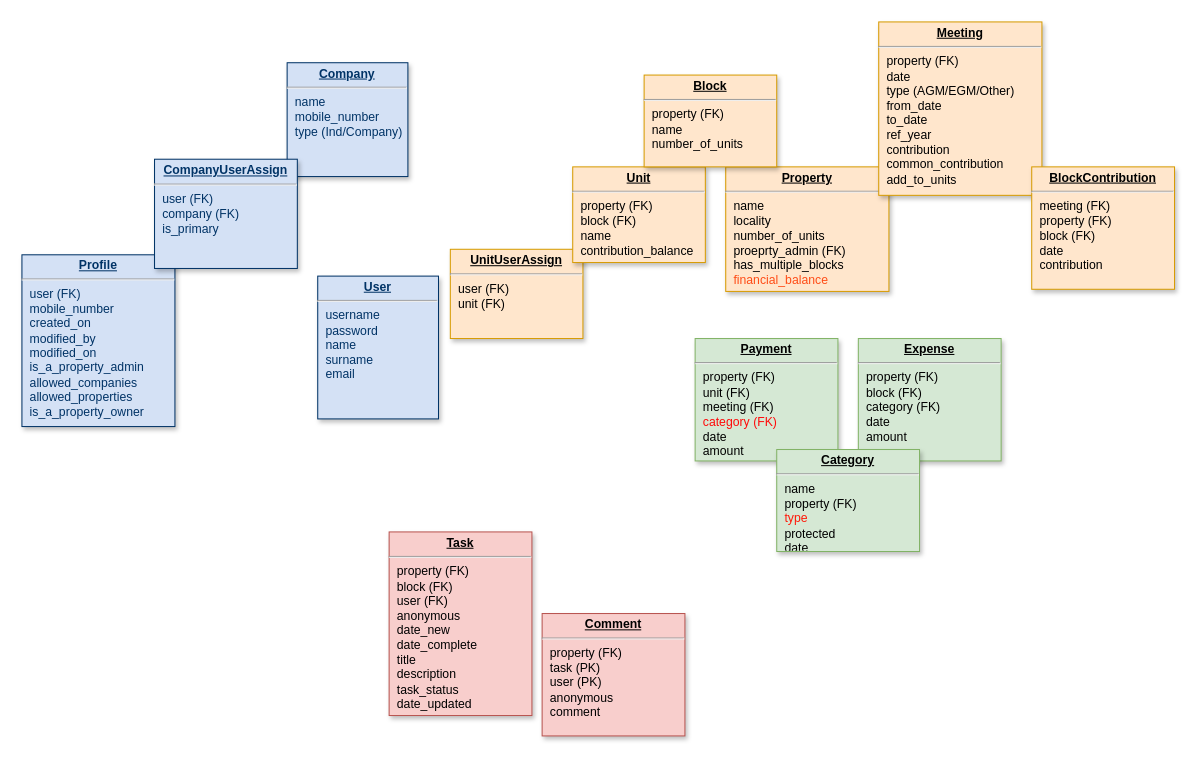
The draw.io diagram Untitled Diagram.drawio in gilubilu/hello-world, before the edit. Source tidied: cells renumbered, new cells numbered last; positions are measured from the earlier drawing's top-left corner, leaving out a move shared by most shapes. Both pictures are drawn from the tidied source at 102%, with x=0, y=0 at pixel (21, 21).
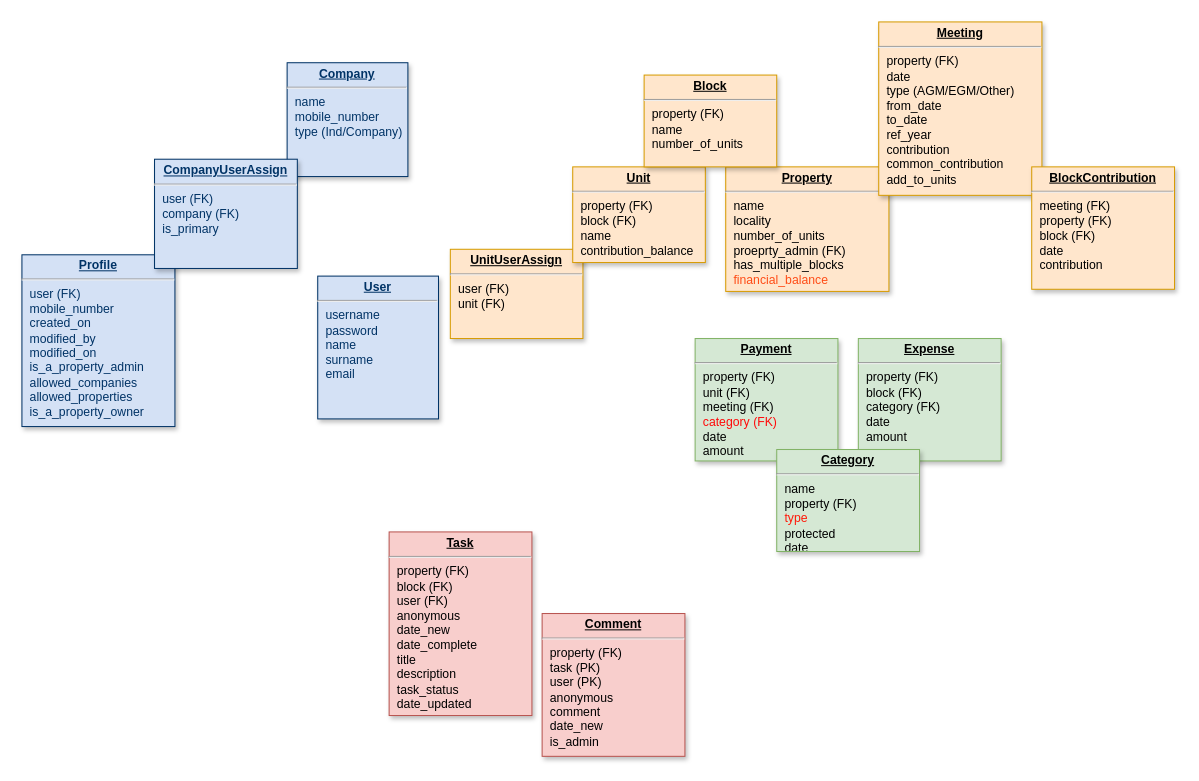
The same diagram, later.

Diff of the diagram source:
```diff
@@
 <mxGraphModel background="#ffffff">
   <root>
     <mxCell id="0" />
     <mxCell id="1" parent="0" />
     <mxCell id="2" value="&lt;p style=&quot;margin: 0px ; margin-top: 4px ; text-align: center ; text-decoration: underline&quot;&gt;&lt;b&gt;UnitUserAssign&lt;/b&gt;&lt;/p&gt;&lt;hr&gt;&lt;p style=&quot;margin: 0px ; margin-left: 8px&quot;&gt;user (FK)&lt;/p&gt;&lt;p style=&quot;margin: 0px ; margin-left: 8px&quot;&gt;unit (FK)&lt;/p&gt;" style="verticalAlign=top;align=left;overflow=fill;fontSize=12;fontFamily=Helvetica;html=1;strokeColor=#d79b00;shadow=1;fillColor=#ffe6cc;" parent="1" vertex="1">
       <mxGeometry x="420" y="222.9" width="130" height="87.5" as="geometry" />
     </mxCell>
     <mxCell id="3" value="&lt;p style=&quot;margin: 0px ; margin-top: 4px ; text-align: center ; text-decoration: underline&quot;&gt;&lt;strong&gt;Unit&lt;/strong&gt;&lt;/p&gt;&lt;hr&gt;&lt;p style=&quot;margin: 0px ; margin-left: 8px&quot;&gt;property (FK)&lt;/p&gt;&lt;p style=&quot;margin: 0px ; margin-left: 8px&quot;&gt;block (FK)&lt;/p&gt;&lt;p style=&quot;margin: 0px ; margin-left: 8px&quot;&gt;name&lt;/p&gt;&lt;p style=&quot;margin: 0px ; margin-left: 8px&quot;&gt;&lt;span&gt;contribution_balance&lt;/span&gt;&lt;br&gt;&lt;/p&gt;&lt;p style=&quot;margin: 0px ; margin-left: 8px&quot;&gt;&lt;br&gt;&lt;/p&gt;" style="verticalAlign=top;align=left;overflow=fill;fontSize=12;fontFamily=Helvetica;html=1;strokeColor=#d79b00;shadow=1;fillColor=#ffe6cc;" parent="1" vertex="1">
       <mxGeometry x="540" y="142.1" width="130" height="93.8" as="geometry" />
     </mxCell>
     <mxCell id="4" value="&lt;p style=&quot;margin: 0px ; margin-top: 4px ; text-align: center ; text-decoration: underline&quot;&gt;&lt;strong&gt;Property&lt;/strong&gt;&lt;/p&gt;&lt;hr&gt;&lt;p style=&quot;margin: 0px ; margin-left: 8px&quot;&gt;name&lt;/p&gt;&lt;p style=&quot;margin: 0px ; margin-left: 8px&quot;&gt;locality&lt;/p&gt;&lt;p style=&quot;margin: 0px ; margin-left: 8px&quot;&gt;number_of_units&lt;/p&gt;&lt;p style=&quot;margin: 0px ; margin-left: 8px&quot;&gt;proeprty_admin (FK)&lt;/p&gt;&lt;p style=&quot;margin: 0px ; margin-left: 8px&quot;&gt;has_multiple_blocks&lt;/p&gt;&lt;p style=&quot;margin: 0px ; margin-left: 8px&quot;&gt;&lt;font color=&quot;#ff4d17&quot;&gt;financial_balance&lt;/font&gt;&lt;/p&gt;&lt;p style=&quot;margin: 0px ; margin-left: 8px&quot;&gt;&lt;br&gt;&lt;/p&gt;" style="verticalAlign=top;align=left;overflow=fill;fontSize=12;fontFamily=Helvetica;html=1;strokeColor=#d79b00;shadow=1;fillColor=#ffe6cc;" parent="1" vertex="1">
       <mxGeometry x="690" y="142.1" width="160" height="122.1" as="geometry" />
     </mxCell>
     <mxCell id="5" value="&lt;p style=&quot;margin: 0px ; margin-top: 4px ; text-align: center ; text-decoration: underline&quot;&gt;&lt;strong&gt;Profile&lt;/strong&gt;&lt;/p&gt;&lt;hr&gt;&lt;p style=&quot;margin: 0px ; margin-left: 8px&quot;&gt;user (FK)&lt;/p&gt;&lt;p style=&quot;margin: 0px ; margin-left: 8px&quot;&gt;mobile_number&lt;/p&gt;&lt;p style=&quot;margin: 0px ; margin-left: 8px&quot;&gt;created_on&lt;/p&gt;&lt;p style=&quot;margin: 0px ; margin-left: 8px&quot;&gt;modified_by&lt;/p&gt;&lt;p style=&quot;margin: 0px ; margin-left: 8px&quot;&gt;modified_on&lt;/p&gt;&lt;p style=&quot;margin: 0px ; margin-left: 8px&quot;&gt;is_a_property_admin&lt;/p&gt;&lt;p style=&quot;margin: 0px ; margin-left: 8px&quot;&gt;allowed_companies&lt;/p&gt;&lt;p style=&quot;margin: 0px ; margin-left: 8px&quot;&gt;allowed_properties&lt;/p&gt;&lt;p style=&quot;margin: 0px ; margin-left: 8px&quot;&gt;is_a_property_owner&lt;/p&gt;" style="verticalAlign=top;align=left;overflow=fill;fontSize=12;fontFamily=Helvetica;html=1;strokeColor=#003366;shadow=1;fillColor=#D4E1F5;fontColor=#003366;direction=west;" parent="1" vertex="1">
       <mxGeometry y="228.3" width="150" height="168.4" as="geometry" />
     </mxCell>
     <mxCell id="6" value="&lt;p style=&quot;margin: 0px ; margin-top: 4px ; text-align: center ; text-decoration: underline&quot;&gt;&lt;b&gt;User&lt;/b&gt;&lt;/p&gt;&lt;hr&gt;&lt;p style=&quot;margin: 0px ; margin-left: 8px&quot;&gt;username&lt;/p&gt;&lt;p style=&quot;margin: 0px ; margin-left: 8px&quot;&gt;password&lt;/p&gt;&lt;p style=&quot;margin: 0px ; margin-left: 8px&quot;&gt;name&lt;/p&gt;&lt;p style=&quot;margin: 0px ; margin-left: 8px&quot;&gt;surname&lt;/p&gt;&lt;p style=&quot;margin: 0px ; margin-left: 8px&quot;&gt;email&lt;/p&gt;" style="verticalAlign=top;align=left;overflow=fill;fontSize=12;fontFamily=Helvetica;html=1;strokeColor=#003366;shadow=1;fillColor=#D4E1F5;fontColor=#003366;direction=south;" parent="1" vertex="1">
       <mxGeometry x="290" y="249.2" width="118.4" height="140" as="geometry" />
     </mxCell>
     <mxCell id="7" value="&lt;p style=&quot;margin: 0px ; margin-top: 4px ; text-align: center ; text-decoration: underline&quot;&gt;&lt;b&gt;Company&lt;/b&gt;&lt;/p&gt;&lt;hr&gt;&lt;p style=&quot;margin: 0px ; margin-left: 8px&quot;&gt;name&lt;/p&gt;&lt;p style=&quot;margin: 0px ; margin-left: 8px&quot;&gt;mobile_number&lt;/p&gt;&lt;p style=&quot;margin: 0px ; margin-left: 8px&quot;&gt;type (Ind/Company)&lt;/p&gt;" style="verticalAlign=top;align=left;overflow=fill;fontSize=12;fontFamily=Helvetica;html=1;strokeColor=#003366;shadow=1;fillColor=#D4E1F5;fontColor=#003366;direction=south;" parent="1" vertex="1">
       <mxGeometry x="260" y="40" width="118.4" height="111.6" as="geometry" />
     </mxCell>
     <mxCell id="8" value="&lt;p style=&quot;margin: 0px ; margin-top: 4px ; text-align: center ; text-decoration: underline&quot;&gt;&lt;b&gt;CompanyUserAssign&lt;/b&gt;&lt;/p&gt;&lt;hr&gt;&lt;p style=&quot;margin: 0px ; margin-left: 8px&quot;&gt;user (FK)&lt;/p&gt;&lt;p style=&quot;margin: 0px ; margin-left: 8px&quot;&gt;company (FK)&lt;/p&gt;&lt;p style=&quot;margin: 0px ; margin-left: 8px&quot;&gt;is_primary&lt;/p&gt;" style="verticalAlign=top;align=left;overflow=fill;fontSize=12;fontFamily=Helvetica;html=1;strokeColor=#003366;shadow=1;fillColor=#D4E1F5;fontColor=#003366;direction=east;" parent="1" vertex="1">
       <mxGeometry x="130" y="134.6" width="140" height="107.1" as="geometry" />
     </mxCell>
     <mxCell id="9" value="&lt;p style=&quot;margin: 0px ; margin-top: 4px ; text-align: center ; text-decoration: underline&quot;&gt;&lt;strong&gt;Meeting&lt;/strong&gt;&lt;/p&gt;&lt;hr&gt;&lt;p style=&quot;margin: 0px ; margin-left: 8px&quot;&gt;property (FK)&lt;/p&gt;&lt;p style=&quot;margin: 0px ; margin-left: 8px&quot;&gt;date&lt;/p&gt;&lt;p style=&quot;margin: 0px ; margin-left: 8px&quot;&gt;type (AGM/EGM/Other)&lt;/p&gt;&lt;p style=&quot;margin: 0px ; margin-left: 8px&quot;&gt;from_date&lt;/p&gt;&lt;p style=&quot;margin: 0px ; margin-left: 8px&quot;&gt;to_date&lt;/p&gt;&lt;p style=&quot;margin: 0px ; margin-left: 8px&quot;&gt;ref_year&lt;/p&gt;&lt;p style=&quot;margin: 0px ; margin-left: 8px&quot;&gt;contribution&lt;/p&gt;&lt;p style=&quot;margin: 0px ; margin-left: 8px&quot;&gt;common_contribution&lt;/p&gt;&lt;p style=&quot;margin: 0px ; margin-left: 8px&quot;&gt;add_to_units&lt;/p&gt;" style="verticalAlign=top;align=left;overflow=fill;fontSize=12;fontFamily=Helvetica;html=1;strokeColor=#d79b00;shadow=1;fillColor=#ffe6cc;direction=west;" parent="1" vertex="1">
       <mxGeometry x="840" width="160" height="170" as="geometry" />
     </mxCell>
     <mxCell id="10" value="&lt;p style=&quot;margin: 0px ; margin-top: 4px ; text-align: center ; text-decoration: underline&quot;&gt;&lt;strong&gt;BlockContribution&lt;/strong&gt;&lt;/p&gt;&lt;hr&gt;&lt;p style=&quot;margin: 0px ; margin-left: 8px&quot;&gt;meeting (FK)&lt;/p&gt;&lt;p style=&quot;margin: 0px ; margin-left: 8px&quot;&gt;property (FK)&lt;/p&gt;&lt;p style=&quot;margin: 0px ; margin-left: 8px&quot;&gt;block (FK)&lt;/p&gt;&lt;p style=&quot;margin: 0px ; margin-left: 8px&quot;&gt;date&lt;/p&gt;&lt;p style=&quot;margin: 0px ; margin-left: 8px&quot;&gt;contribution&lt;br&gt;&lt;/p&gt;" style="verticalAlign=top;align=left;overflow=fill;fontSize=12;fontFamily=Helvetica;html=1;strokeColor=#d79b00;shadow=1;fillColor=#ffe6cc;direction=west;" parent="1" vertex="1">
       <mxGeometry x="990" y="142.1" width="140" height="120" as="geometry" />
     </mxCell>
     <mxCell id="11" value="&lt;p style=&quot;margin: 0px ; margin-top: 4px ; text-align: center ; text-decoration: underline&quot;&gt;&lt;strong&gt;Block&lt;/strong&gt;&lt;/p&gt;&lt;hr&gt;&lt;p style=&quot;margin: 0px ; margin-left: 8px&quot;&gt;property (FK)&lt;/p&gt;&lt;p style=&quot;margin: 0px ; margin-left: 8px&quot;&gt;name&lt;/p&gt;&lt;p style=&quot;margin: 0px ; margin-left: 8px&quot;&gt;number_of_units&lt;/p&gt;&lt;p style=&quot;margin: 0px ; margin-left: 8px&quot;&gt;&lt;br&gt;&lt;/p&gt;" style="verticalAlign=top;align=left;overflow=fill;fontSize=12;fontFamily=Helvetica;html=1;strokeColor=#d79b00;shadow=1;fillColor=#ffe6cc;direction=west;" parent="1" vertex="1">
       <mxGeometry x="610" y="52.1" width="130" height="90" as="geometry" />
     </mxCell>
     <mxCell id="12" value="&lt;p style=&quot;margin: 0px ; margin-top: 4px ; text-align: center ; text-decoration: underline&quot;&gt;&lt;strong&gt;Payment&lt;/strong&gt;&lt;/p&gt;&lt;hr&gt;&lt;p style=&quot;margin: 0px ; margin-left: 8px&quot;&gt;&lt;span&gt;property (FK)&lt;/span&gt;&lt;br&gt;&lt;/p&gt;&lt;p style=&quot;margin: 0px ; margin-left: 8px&quot;&gt;&lt;span&gt;unit (FK)&lt;/span&gt;&lt;/p&gt;&lt;p style=&quot;margin: 0px ; margin-left: 8px&quot;&gt;meeting (FK)&lt;/p&gt;&lt;p style=&quot;margin: 0px ; margin-left: 8px&quot;&gt;&lt;font color=&quot;#ff0a0a&quot;&gt;category (FK)&lt;/font&gt;&lt;/p&gt;&lt;p style=&quot;margin: 0px ; margin-left: 8px&quot;&gt;date&lt;span&gt;&lt;br&gt;&lt;/span&gt;&lt;/p&gt;&lt;p style=&quot;margin: 0px ; margin-left: 8px&quot;&gt;&lt;span&gt;amount&lt;/span&gt;&lt;/p&gt;" style="verticalAlign=top;align=left;overflow=fill;fontSize=12;fontFamily=Helvetica;html=1;strokeColor=#82b366;shadow=1;fillColor=#d5e8d4;direction=west;" parent="1" vertex="1">
       <mxGeometry x="660" y="310.4" width="140" height="120" as="geometry" />
     </mxCell>
     <mxCell id="13" value="&lt;p style=&quot;margin: 0px ; margin-top: 4px ; text-align: center ; text-decoration: underline&quot;&gt;&lt;strong&gt;Expense&lt;/strong&gt;&lt;/p&gt;&lt;hr&gt;&lt;p style=&quot;margin: 0px ; margin-left: 8px&quot;&gt;&lt;span&gt;property (FK)&lt;/span&gt;&lt;/p&gt;&lt;p style=&quot;margin: 0px ; margin-left: 8px&quot;&gt;&lt;span&gt;block (FK)&lt;/span&gt;&lt;/p&gt;&lt;p style=&quot;margin: 0px ; margin-left: 8px&quot;&gt;category (FK)&lt;/p&gt;&lt;p style=&quot;margin: 0px ; margin-left: 8px&quot;&gt;date&lt;/p&gt;&lt;p style=&quot;margin: 0px ; margin-left: 8px&quot;&gt;&lt;span&gt;amount&lt;/span&gt;&lt;br&gt;&lt;/p&gt;&lt;p style=&quot;margin: 0px ; margin-left: 8px&quot;&gt;&lt;br&gt;&lt;/p&gt;" style="verticalAlign=top;align=left;overflow=fill;fontSize=12;fontFamily=Helvetica;html=1;strokeColor=#82b366;shadow=1;fillColor=#d5e8d4;direction=west;" parent="1" vertex="1">
       <mxGeometry x="820" y="310.4" width="140" height="120" as="geometry" />
     </mxCell>
     <mxCell id="14" value="&lt;p style=&quot;margin: 0px ; margin-top: 4px ; text-align: center ; text-decoration: underline&quot;&gt;&lt;strong&gt;Category&lt;/strong&gt;&lt;/p&gt;&lt;hr&gt;&lt;p style=&quot;margin: 0px ; margin-left: 8px&quot;&gt;name&lt;br&gt;&lt;/p&gt;&lt;p style=&quot;margin: 0px ; margin-left: 8px&quot;&gt;property (FK)&lt;/p&gt;&lt;p style=&quot;margin: 0px ; margin-left: 8px&quot;&gt;&lt;font color=&quot;#ff1808&quot;&gt;type&lt;/font&gt;&lt;/p&gt;&lt;p style=&quot;margin: 0px ; margin-left: 8px&quot;&gt;protected&lt;/p&gt;&lt;p style=&quot;margin: 0px ; margin-left: 8px&quot;&gt;date&lt;/p&gt;" style="verticalAlign=top;align=left;overflow=fill;fontSize=12;fontFamily=Helvetica;html=1;strokeColor=#82b366;shadow=1;fillColor=#d5e8d4;direction=west;" parent="1" vertex="1">
       <mxGeometry x="740" y="419.2" width="140" height="100" as="geometry" />
     </mxCell>
     <mxCell id="15" value="&lt;p style=&quot;margin: 0px ; margin-top: 4px ; text-align: center ; text-decoration: underline&quot;&gt;&lt;strong&gt;Task&lt;/strong&gt;&lt;/p&gt;&lt;hr&gt;&lt;p style=&quot;margin: 0px ; margin-left: 8px&quot;&gt;&lt;span&gt;property (FK)&lt;/span&gt;&lt;br&gt;&lt;/p&gt;&lt;p style=&quot;margin: 0px ; margin-left: 8px&quot;&gt;&lt;span&gt;block (FK)&lt;/span&gt;&lt;/p&gt;&lt;p style=&quot;margin: 0px ; margin-left: 8px&quot;&gt;&lt;span&gt;user (FK)&lt;/span&gt;&lt;/p&gt;&lt;p style=&quot;margin: 0px ; margin-left: 8px&quot;&gt;&lt;span&gt;anonymous&lt;/span&gt;&lt;/p&gt;&lt;p style=&quot;margin: 0px ; margin-left: 8px&quot;&gt;date_new&lt;/p&gt;&lt;p style=&quot;margin: 0px ; margin-left: 8px&quot;&gt;date_complete&lt;/p&gt;&lt;p style=&quot;margin: 0px ; margin-left: 8px&quot;&gt;title&lt;span&gt;&lt;br&gt;&lt;/span&gt;&lt;/p&gt;&lt;p style=&quot;margin: 0px ; margin-left: 8px&quot;&gt;&lt;span&gt;description&lt;/span&gt;&lt;/p&gt;&lt;p style=&quot;margin: 0px ; margin-left: 8px&quot;&gt;&lt;span&gt;task_status&lt;/span&gt;&lt;/p&gt;&lt;p style=&quot;margin: 0px ; margin-left: 8px&quot;&gt;&lt;span&gt;date_updated&lt;/span&gt;&lt;/p&gt;" style="verticalAlign=top;align=left;overflow=fill;fontSize=12;fontFamily=Helvetica;html=1;strokeColor=#b85450;shadow=1;fillColor=#f8cecc;direction=west;" parent="1" vertex="1">
       <mxGeometry x="360" y="500" width="140" height="180" as="geometry" />
     </mxCell>
-    <mxCell id="16" value="&lt;p style=&quot;margin: 0px ; margin-top: 4px ; text-align: center ; text-decoration: underline&quot;&gt;&lt;b&gt;Comment&lt;/b&gt;&lt;/p&gt;&lt;hr&gt;&lt;p style=&quot;margin: 0px ; margin-left: 8px&quot;&gt;&lt;span&gt;property (FK)&lt;/span&gt;&lt;br&gt;&lt;/p&gt;&lt;p style=&quot;margin: 0px ; margin-left: 8px&quot;&gt;&lt;span&gt;task (PK)&lt;/span&gt;&lt;/p&gt;&lt;p style=&quot;margin: 0px ; margin-left: 8px&quot;&gt;&lt;span&gt;user (PK)&lt;/span&gt;&lt;/p&gt;&lt;p style=&quot;margin: 0px ; margin-left: 8px&quot;&gt;&lt;span&gt;anonymous&lt;/span&gt;&lt;/p&gt;&lt;p style=&quot;margin: 0px ; margin-left: 8px&quot;&gt;&lt;span&gt;comment&lt;/span&gt;&lt;/p&gt;&lt;p style=&quot;margin: 0px ; margin-left: 8px&quot;&gt;&lt;span&gt;&lt;br&gt;&lt;/span&gt;&lt;/p&gt;" style="verticalAlign=top;align=left;overflow=fill;fontSize=12;fontFamily=Helvetica;html=1;strokeColor=#b85450;shadow=1;fillColor=#f8cecc;direction=west;" parent="1" vertex="1">
-      <mxGeometry x="510" y="580" width="140" height="120" as="geometry" />
+    <mxCell id="16" value="&lt;p style=&quot;margin: 0px ; margin-top: 4px ; text-align: center ; text-decoration: underline&quot;&gt;&lt;b&gt;Comment&lt;/b&gt;&lt;/p&gt;&lt;hr&gt;&lt;p style=&quot;margin: 0px ; margin-left: 8px&quot;&gt;&lt;span&gt;property (FK)&lt;/span&gt;&lt;br&gt;&lt;/p&gt;&lt;p style=&quot;margin: 0px ; margin-left: 8px&quot;&gt;&lt;span&gt;task (PK)&lt;/span&gt;&lt;/p&gt;&lt;p style=&quot;margin: 0px ; margin-left: 8px&quot;&gt;&lt;span&gt;user (PK)&lt;/span&gt;&lt;/p&gt;&lt;p style=&quot;margin: 0px ; margin-left: 8px&quot;&gt;&lt;span&gt;anonymous&lt;/span&gt;&lt;/p&gt;&lt;p style=&quot;margin: 0px ; margin-left: 8px&quot;&gt;&lt;span&gt;comment&lt;/span&gt;&lt;/p&gt;&lt;p style=&quot;margin: 0px ; margin-left: 8px&quot;&gt;&lt;span&gt;date_new&lt;/span&gt;&lt;/p&gt;&lt;p style=&quot;margin: 0px ; margin-left: 8px&quot;&gt;&lt;span&gt;is_admin&lt;/span&gt;&lt;/p&gt;&lt;p style=&quot;margin: 0px ; margin-left: 8px&quot;&gt;&lt;span&gt;&lt;br&gt;&lt;/span&gt;&lt;/p&gt;" style="verticalAlign=top;align=left;overflow=fill;fontSize=12;fontFamily=Helvetica;html=1;strokeColor=#b85450;shadow=1;fillColor=#f8cecc;direction=west;" parent="1" vertex="1">
+      <mxGeometry x="510" y="580" width="140" height="140" as="geometry" />
     </mxCell>
   </root>
 </mxGraphModel>
```
